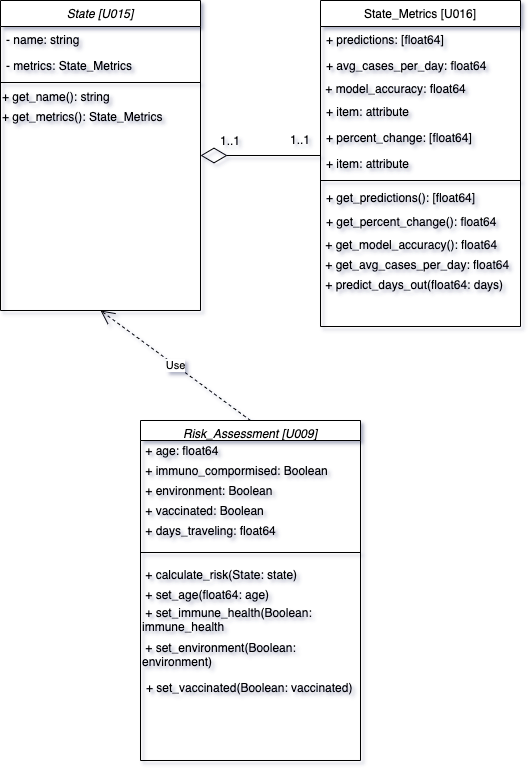
goodmancode/myCovidTracker keeps this draw.io diagram as architecture/class_diagram.png. Above is the earlier version. Source tidied: cells renumbered, new cells last; positions are measured from the earlier drawing's top-left corner, leaving out a move shared by most shapes.
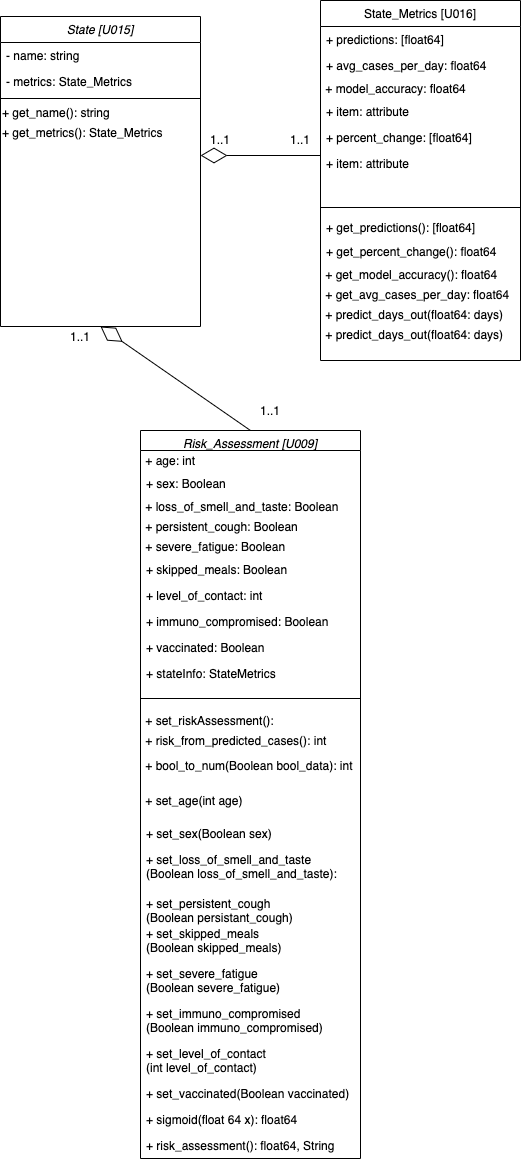
The same diagram one commit later.

Commit message:
Updating class diagram to account for new Risk assessment

What changed in the source:
```diff
@@ -3,7 +3,7 @@
     <mxCell id="0" />
     <mxCell id="1" parent="0" />
     <mxCell id="2" value="State [U015]" style="swimlane;fontStyle=2;align=center;verticalAlign=top;horizontal=1;startSize=26;rounded=0;shadow=0;strokeWidth=1;" parent="1" vertex="1">
-      <mxGeometry width="200" height="310" as="geometry" />
+      <mxGeometry y="16" width="200" height="310" as="geometry" />
     </mxCell>
     <mxCell id="3" value="- name: string" style="text;align=left;verticalAlign=top;spacingLeft=4;spacingRight=4;overflow=hidden;" parent="2" vertex="1">
       <mxGeometry y="26" width="200" height="26" as="geometry" />
@@ -21,7 +21,7 @@
       <mxGeometry y="106" width="200" height="20" as="geometry" />
     </mxCell>
     <mxCell id="8" value="State_Metrics [U016]" style="swimlane;fontStyle=0;align=center;verticalAlign=top;horizontal=1;startSize=26;rounded=0;shadow=0;strokeWidth=1;" parent="1" vertex="1">
-      <mxGeometry x="320" width="200" height="326" as="geometry" />
+      <mxGeometry x="320" width="200" height="360" as="geometry" />
     </mxCell>
     <mxCell id="9" value="+ predictions: [float64]" style="text;align=left;verticalAlign=top;spacingLeft=4;spacingRight=4;overflow=hidden;" parent="8" vertex="1">
       <mxGeometry y="26" width="200" height="26" as="geometry" />
@@ -39,62 +39,107 @@
       <mxGeometry y="124" width="200" height="26" as="geometry" />
     </mxCell>
     <mxCell id="14" value="+ item: attribute" style="text;strokeColor=none;fillColor=none;align=left;verticalAlign=top;spacingLeft=4;spacingRight=4;overflow=hidden;" parent="8" vertex="1">
-      <mxGeometry y="150" width="200" height="26" as="geometry" />
+      <mxGeometry y="150" width="200" height="50" as="geometry" />
     </mxCell>
     <mxCell id="15" style="line;html=1;strokeWidth=1;align=left;verticalAlign=middle;spacingTop=-1;spacingLeft=3;spacingRight=3;labelPosition=right;" parent="8" vertex="1">
-      <mxGeometry y="176" width="200" height="8" as="geometry" />
+      <mxGeometry y="200" width="200" height="14" as="geometry" />
     </mxCell>
     <mxCell id="16" value="+ get_predictions(): [float64]" style="text;align=left;verticalAlign=top;spacingLeft=4;spacingRight=4;overflow=hidden;" parent="8" vertex="1">
-      <mxGeometry y="184" width="200" height="24" as="geometry" />
+      <mxGeometry y="214" width="200" height="24" as="geometry" />
     </mxCell>
     <mxCell id="17" value="+ get_percent_change(): float64" style="text;align=left;verticalAlign=top;spacingLeft=4;spacingRight=4;overflow=hidden;" parent="8" vertex="1">
-      <mxGeometry y="208" width="200" height="26" as="geometry" />
+      <mxGeometry y="238" width="200" height="26" as="geometry" />
     </mxCell>
     <mxCell id="18" value="&amp;nbsp;+ get_model_accuracy(): float64" style="text;html=1;strokeColor=none;fillColor=none;align=left;verticalAlign=middle;whiteSpace=wrap;rounded=0;" parent="8" vertex="1">
-      <mxGeometry y="234" width="200" height="20" as="geometry" />
+      <mxGeometry y="264" width="200" height="20" as="geometry" />
     </mxCell>
     <mxCell id="19" value="&amp;nbsp;+ get_avg_cases_per_day: float64" style="text;html=1;strokeColor=none;fillColor=none;align=left;verticalAlign=middle;whiteSpace=wrap;rounded=0;" parent="8" vertex="1">
-      <mxGeometry y="254" width="200" height="20" as="geometry" />
+      <mxGeometry y="284" width="200" height="20" as="geometry" />
     </mxCell>
     <mxCell id="20" value="&amp;nbsp;+ predict_days_out(float64: days)" style="text;html=1;strokeColor=none;fillColor=none;align=left;verticalAlign=middle;whiteSpace=wrap;rounded=0;" parent="8" vertex="1">
-      <mxGeometry y="274" width="200" height="20" as="geometry" />
+      <mxGeometry y="304" width="200" height="20" as="geometry" />
     </mxCell>
+    <mxCell id="37" value="&amp;nbsp;+ predict_days_out(float64: days)" style="text;html=1;strokeColor=none;fillColor=none;align=left;verticalAlign=middle;whiteSpace=wrap;rounded=0;" parent="8" vertex="1">
+      <mxGeometry y="324" width="200" height="20" as="geometry" />
+    </mxCell>
     <mxCell id="21" value="Risk_Assessment [U009]" style="swimlane;fontStyle=2;align=center;verticalAlign=top;horizontal=1;startSize=20;rounded=0;shadow=0;strokeWidth=1;" parent="1" vertex="1">
-      <mxGeometry x="140" y="420" width="220" height="340" as="geometry" />
+      <mxGeometry x="140" y="430" width="220" height="728" as="geometry" />
     </mxCell>
-    <mxCell id="22" value="&amp;nbsp;+ age: float64" style="text;html=1;strokeColor=none;fillColor=none;align=left;verticalAlign=middle;whiteSpace=wrap;rounded=0;" parent="21" vertex="1">
+    <mxCell id="22" value="&amp;nbsp;+ age: int" style="text;html=1;strokeColor=none;fillColor=none;align=left;verticalAlign=middle;whiteSpace=wrap;rounded=0;" parent="21" vertex="1">
       <mxGeometry y="20" width="220" height="20" as="geometry" />
     </mxCell>
+    <mxCell id="38" value="+ sex: Boolean " style="text;strokeColor=none;fillColor=none;align=left;verticalAlign=top;spacingLeft=4;spacingRight=4;overflow=hidden;" parent="21" vertex="1">
+      <mxGeometry y="40" width="220" height="26" as="geometry" />
+    </mxCell>
-    <mxCell id="23" value="&amp;nbsp;+ immuno_compormised: Boolean&amp;nbsp;" style="text;html=1;strokeColor=none;fillColor=none;align=left;verticalAlign=middle;whiteSpace=wrap;rounded=0;" parent="21" vertex="1">
-      <mxGeometry y="40" width="220" height="20" as="geometry" />
+    <mxCell id="23" value="&amp;nbsp;+ loss_of_smell_and_taste: Boolean" style="text;html=1;strokeColor=none;fillColor=none;align=left;verticalAlign=middle;whiteSpace=wrap;rounded=0;" parent="21" vertex="1">
+      <mxGeometry y="66" width="220" height="20" as="geometry" />
     </mxCell>
-    <mxCell id="24" value="&amp;nbsp;+ environment: Boolean" style="text;html=1;strokeColor=none;fillColor=none;align=left;verticalAlign=middle;whiteSpace=wrap;rounded=0;" parent="21" vertex="1">
-      <mxGeometry y="60" width="220" height="20" as="geometry" />
+    <mxCell id="24" value="&amp;nbsp;+ persistent_cough: Boolean" style="text;html=1;strokeColor=none;fillColor=none;align=left;verticalAlign=middle;whiteSpace=wrap;rounded=0;" parent="21" vertex="1">
+      <mxGeometry y="86" width="220" height="20" as="geometry" />
     </mxCell>
-    <mxCell id="25" value="&amp;nbsp;+ vaccinated: Boolean" style="text;html=1;strokeColor=none;fillColor=none;align=left;verticalAlign=middle;whiteSpace=wrap;rounded=0;" parent="21" vertex="1">
-      <mxGeometry y="80" width="220" height="20" as="geometry" />
+    <mxCell id="25" value="&amp;nbsp;+ severe_fatigue: Boolean" style="text;html=1;strokeColor=none;fillColor=none;align=left;verticalAlign=middle;whiteSpace=wrap;rounded=0;" parent="21" vertex="1">
+      <mxGeometry y="106" width="220" height="20" as="geometry" />
     </mxCell>
-    <mxCell id="26" value="&amp;nbsp;+ days_traveling: float64" style="text;html=1;strokeColor=none;fillColor=none;align=left;verticalAlign=middle;whiteSpace=wrap;rounded=0;" parent="21" vertex="1">
-      <mxGeometry y="100" width="220" height="20" as="geometry" />
-    </mxCell>
+    <mxCell id="39" value="+ skipped_meals: Boolean" style="text;strokeColor=none;fillColor=none;align=left;verticalAlign=top;spacingLeft=4;spacingRight=4;overflow=hidden;" parent="21" vertex="1">
+      <mxGeometry y="126" width="220" height="26" as="geometry" />
+    </mxCell>
+    <mxCell id="40" value="+ level_of_contact: int" style="text;strokeColor=none;fillColor=none;align=left;verticalAlign=top;spacingLeft=4;spacingRight=4;overflow=hidden;" parent="21" vertex="1">
+      <mxGeometry y="152" width="220" height="26" as="geometry" />
+    </mxCell>
+    <mxCell id="41" value="+ immuno_compromised: Boolean" style="text;strokeColor=none;fillColor=none;align=left;verticalAlign=top;spacingLeft=4;spacingRight=4;overflow=hidden;" parent="21" vertex="1">
+      <mxGeometry y="178" width="220" height="26" as="geometry" />
+    </mxCell>
+    <mxCell id="42" value="+ vaccinated: Boolean" style="text;strokeColor=none;fillColor=none;align=left;verticalAlign=top;spacingLeft=4;spacingRight=4;overflow=hidden;" parent="21" vertex="1">
+      <mxGeometry y="204" width="220" height="26" as="geometry" />
+    </mxCell>
+    <mxCell id="43" value="+ stateInfo: StateMetrics" style="text;strokeColor=none;fillColor=none;align=left;verticalAlign=top;spacingLeft=4;spacingRight=4;overflow=hidden;" parent="21" vertex="1">
+      <mxGeometry y="230" width="220" height="26" as="geometry" />
+    </mxCell>
     <mxCell id="27" style="line;html=1;strokeWidth=1;align=left;verticalAlign=middle;spacingTop=-1;spacingLeft=3;spacingRight=3;labelPosition=right;" parent="21" vertex="1">
-      <mxGeometry y="120" width="220" height="24" as="geometry" />
+      <mxGeometry y="256" width="220" height="24" as="geometry" />
     </mxCell>
-    <mxCell id="28" value="&amp;nbsp;+ calculate_risk(State: state)" style="text;html=1;strokeColor=none;fillColor=none;align=left;verticalAlign=middle;whiteSpace=wrap;rounded=0;" parent="21" vertex="1">
-      <mxGeometry y="144" width="220" height="20" as="geometry" />
+    <mxCell id="28" value="&amp;nbsp;+ set_riskAssessment():" style="text;html=1;strokeColor=none;fillColor=none;align=left;verticalAlign=middle;whiteSpace=wrap;rounded=0;" parent="21" vertex="1">
+      <mxGeometry y="280" width="220" height="20" as="geometry" />
     </mxCell>
-    <mxCell id="29" value="&amp;nbsp;+ set_age(float64: age)" style="text;html=1;strokeColor=none;fillColor=none;align=left;verticalAlign=middle;whiteSpace=wrap;rounded=0;" parent="21" vertex="1">
-      <mxGeometry y="164" width="220" height="20" as="geometry" />
+    <mxCell id="29" value="&amp;nbsp;+ risk_from_predicted_cases(): int&amp;nbsp;" style="text;html=1;strokeColor=none;fillColor=none;align=left;verticalAlign=middle;whiteSpace=wrap;rounded=0;" parent="21" vertex="1">
+      <mxGeometry y="300" width="220" height="20" as="geometry" />
     </mxCell>
-    <mxCell id="30" value="&amp;nbsp;+ set_immune_health(Boolean: immune_health" style="text;html=1;strokeColor=none;fillColor=none;align=left;verticalAlign=middle;whiteSpace=wrap;rounded=0;" parent="21" vertex="1">
-      <mxGeometry y="184" width="220" height="30" as="geometry" />
+    <mxCell id="30" value="&amp;nbsp;+ bool_to_num(Boolean bool_data): int" style="text;html=1;strokeColor=none;fillColor=none;align=left;verticalAlign=middle;whiteSpace=wrap;rounded=0;" parent="21" vertex="1">
+      <mxGeometry y="320" width="220" height="30" as="geometry" />
     </mxCell>
-    <mxCell id="31" value="&amp;nbsp;+ set_environment(Boolean: environment)" style="text;html=1;strokeColor=none;fillColor=none;align=left;verticalAlign=middle;whiteSpace=wrap;rounded=0;" parent="21" vertex="1">
-      <mxGeometry y="214" width="220" height="40" as="geometry" />
+    <mxCell id="31" value="&amp;nbsp;+ set_age(int age)" style="text;html=1;strokeColor=none;fillColor=none;align=left;verticalAlign=middle;whiteSpace=wrap;rounded=0;" parent="21" vertex="1">
+      <mxGeometry y="350" width="220" height="40" as="geometry" />
     </mxCell>
-    <mxCell id="32" value="+ set_vaccinated(Boolean: vaccinated)" style="text;strokeColor=none;fillColor=none;align=left;verticalAlign=top;spacingLeft=4;spacingRight=4;overflow=hidden;" parent="21" vertex="1">
-      <mxGeometry y="254" width="220" height="26" as="geometry" />
+    <mxCell id="32" value="+ set_sex(Boolean sex)&#10;&#10;" style="text;strokeColor=none;fillColor=none;align=left;verticalAlign=top;spacingLeft=4;spacingRight=4;overflow=hidden;" parent="21" vertex="1">
+      <mxGeometry y="390" width="220" height="26" as="geometry" />
     </mxCell>
+    <mxCell id="44" value="+ set_loss_of_smell_and_taste&#10;(Boolean loss_of_smell_and_taste):" style="text;strokeColor=none;fillColor=none;align=left;verticalAlign=top;spacingLeft=4;spacingRight=4;overflow=hidden;" parent="21" vertex="1">
+      <mxGeometry y="416" width="220" height="44" as="geometry" />
+    </mxCell>
+    <mxCell id="45" value="+ set_persistent_cough&#10;(Boolean persistant_cough)" style="text;strokeColor=none;fillColor=none;align=left;verticalAlign=top;spacingLeft=4;spacingRight=4;overflow=hidden;" parent="21" vertex="1">
+      <mxGeometry y="460" width="220" height="30" as="geometry" />
+    </mxCell>
+    <mxCell id="46" value="+ set_skipped_meals&#10;(Boolean skipped_meals)" style="text;strokeColor=none;fillColor=none;align=left;verticalAlign=top;spacingLeft=4;spacingRight=4;overflow=hidden;" parent="21" vertex="1">
+      <mxGeometry y="490" width="220" height="40" as="geometry" />
+    </mxCell>
+    <mxCell id="47" value="+ set_severe_fatigue&#10;(Boolean severe_fatigue)" style="text;strokeColor=none;fillColor=none;align=left;verticalAlign=top;spacingLeft=4;spacingRight=4;overflow=hidden;" parent="21" vertex="1">
+      <mxGeometry y="530" width="220" height="40" as="geometry" />
+    </mxCell>
+    <mxCell id="48" value="+ set_immuno_compromised&#10;(Boolean immuno_compromised)" style="text;strokeColor=none;fillColor=none;align=left;verticalAlign=top;spacingLeft=4;spacingRight=4;overflow=hidden;" parent="21" vertex="1">
+      <mxGeometry y="570" width="220" height="40" as="geometry" />
+    </mxCell>
+    <mxCell id="49" value="+ set_level_of_contact&#10;(int level_of_contact)" style="text;strokeColor=none;fillColor=none;align=left;verticalAlign=top;spacingLeft=4;spacingRight=4;overflow=hidden;" parent="21" vertex="1">
+      <mxGeometry y="610" width="220" height="40" as="geometry" />
+    </mxCell>
+    <mxCell id="50" value="+ set_vaccinated(Boolean vaccinated)" style="text;strokeColor=none;fillColor=none;align=left;verticalAlign=top;spacingLeft=4;spacingRight=4;overflow=hidden;" parent="21" vertex="1">
+      <mxGeometry y="650" width="220" height="26" as="geometry" />
+    </mxCell>
+    <mxCell id="51" value="+ sigmoid(float 64 x): float64&#10;" style="text;strokeColor=none;fillColor=none;align=left;verticalAlign=top;spacingLeft=4;spacingRight=4;overflow=hidden;" parent="21" vertex="1">
+      <mxGeometry y="676" width="220" height="26" as="geometry" />
+    </mxCell>
+    <mxCell id="52" value="+ risk_assessment(): float64, String" style="text;strokeColor=none;fillColor=none;align=left;verticalAlign=top;spacingLeft=4;spacingRight=4;overflow=hidden;" parent="21" vertex="1">
+      <mxGeometry y="702" width="220" height="26" as="geometry" />
+    </mxCell>
     <mxCell id="33" style="endArrow=diamondThin;endFill=0;endSize=24;html=1;" parent="1" edge="1">
       <mxGeometry relative="1" as="geometry">
         <mxPoint x="320" y="155" as="sourcePoint" />
@@ -102,13 +147,19 @@
       </mxGeometry>
     </mxCell>
     <mxCell id="34" value="1..1" style="text;html=1;strokeColor=none;fillColor=none;align=center;verticalAlign=middle;whiteSpace=wrap;rounded=0;" parent="1" vertex="1">
-      <mxGeometry x="210" y="130" width="40" height="20" as="geometry" />
+      <mxGeometry x="60" y="326" width="40" height="20" as="geometry" />
     </mxCell>
     <mxCell id="35" value="1..1" style="text;html=1;strokeColor=none;fillColor=none;align=center;verticalAlign=middle;whiteSpace=wrap;rounded=0;" parent="1" vertex="1">
       <mxGeometry x="280" y="129" width="40" height="20" as="geometry" />
     </mxCell>
-    <mxCell id="36" value="Use" style="endArrow=open;endSize=12;dashed=1;html=1;entryX=0.5;entryY=1;entryDx=0;entryDy=0;exitX=0.5;exitY=0;exitDx=0;exitDy=0;" parent="1" edge="1" source="21" target="2">
+    <mxCell id="36" style="endArrow=diamondThin;endFill=0;endSize=24;html=1;entryX=0.5;entryY=1;entryDx=0;entryDy=0;exitX=0.5;exitY=0;exitDx=0;exitDy=0;" parent="1" edge="1" source="21" target="2">
       <mxGeometry relative="1" as="geometry" />
     </mxCell>
+    <mxCell id="53" value="1..1" style="text;html=1;strokeColor=none;fillColor=none;align=center;verticalAlign=middle;whiteSpace=wrap;rounded=0;" parent="1" vertex="1">
+      <mxGeometry x="200" y="129" width="40" height="20" as="geometry" />
+    </mxCell>
+    <mxCell id="54" value="1..1" style="text;html=1;strokeColor=none;fillColor=none;align=center;verticalAlign=middle;whiteSpace=wrap;rounded=0;" parent="1" vertex="1">
+      <mxGeometry x="250" y="400" width="40" height="20" as="geometry" />
+    </mxCell>
   </root>
 </mxGraphModel>
```
